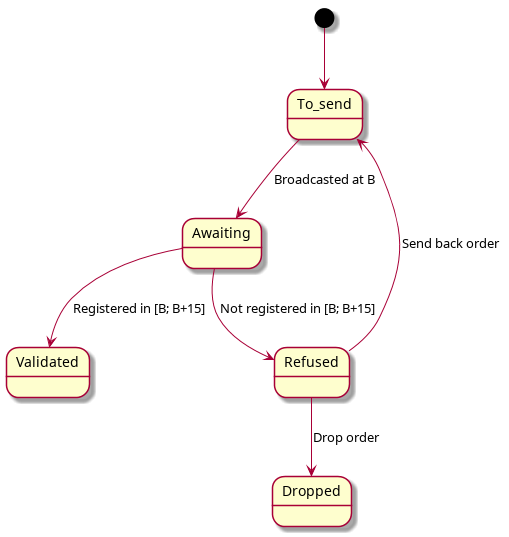
Before: doc/uml/tx_lifecycle.png, a diagram exported from PlantUML (duniter/sakia).
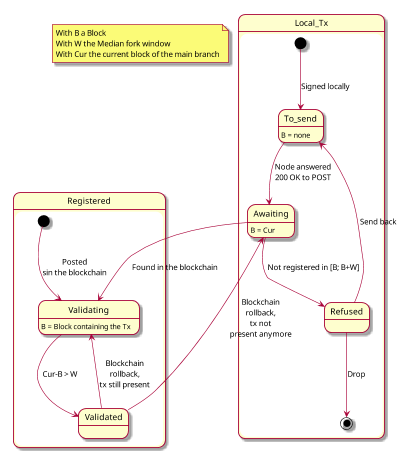
After the change.

Commit message:
New TX lifecycle proposal

The edit, as a diff of the source:
```diff
@@ -1,10 +1,22 @@
 @startuml
 
-[*] --> To_send
-To_send --> Awaiting : Broadcasted at B
-Awaiting --> Validated : Registered in [B; B+15]
-Awaiting --> Refused : Not registered in [B; B+15]
-Refused --> To_send : Send back order
-Refused --> Dropped : Drop order
+note "With B a Block\nWith W the Median fork window\nWith Cur the current block of the main branch" as N1
+state Local_Tx {
+ [*] --> To_send : Signed locally
+ To_send : B = none
+ To_send --> Awaiting : Node answered\n200 OK to POST
+ Awaiting : B = Cur
+ Awaiting --> Refused : Not registered in [B; B+W]
+ Refused --> To_send : Send back
+ Refused --> [*] : Drop
+}
+state Registered {
+ [*] --> Validating : Posted\nsin the blockchain
+ Validating : B = Block containing the Tx
+ Awaiting --> Validating : Found in the blockchain
+ Validating --> Validated : Cur-B > W
+ Validated --> Validating : Blockchain\nrollback,\ntx still present
+ Validated --> Awaiting : Blockchain\nrollback,\ntx not\npresent anymore
+}
 
 @enduml
```
